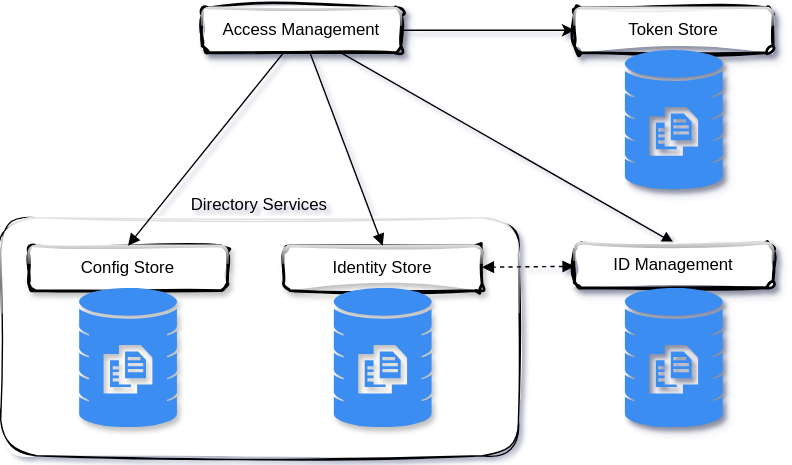
The draw.io diagram authentication-talk-slides/typical-iam-system.drawio.svg in falkosch/oauth-presentation, before a commit. Source tidied: cells renumbered, new cells last; positions are measured from the earlier drawing's top-left corner, leaving out a move shared by most shapes.
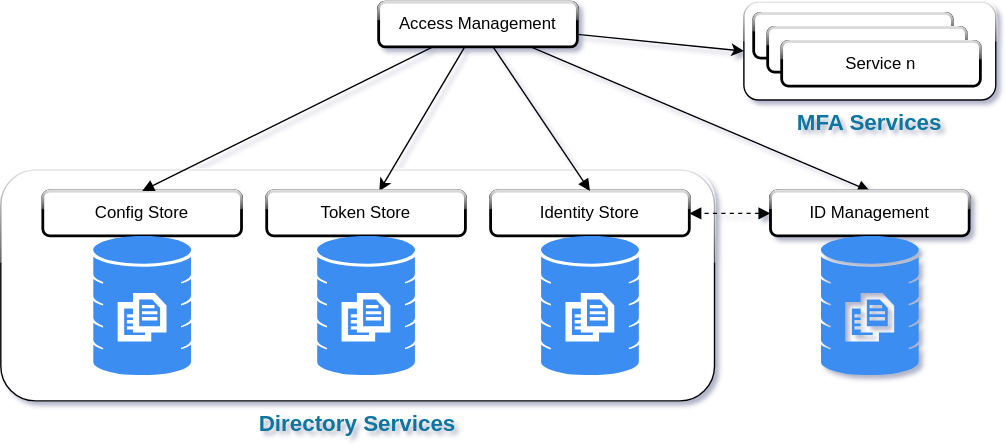
After the commit.

Diff of the diagram source:
```diff
@@ -2,50 +2,68 @@
   <root>
     <mxCell id="0" />
     <mxCell id="1" parent="0" />
+    <mxCell id="17" value="MFA Services" style="rounded=1;whiteSpace=wrap;html=1;glass=1;labelPosition=center;verticalLabelPosition=bottom;align=center;verticalAlign=top;shadow=0;fontSize=16;fontColor=#0B76A0;fontStyle=1;textShadow=0;" parent="1" vertex="1">
+      <mxGeometry x="561" y="340" width="180" height="70" as="geometry" />
+    </mxCell>
+    <mxCell id="6" value="Directory Services" style="rounded=1;whiteSpace=wrap;html=1;glass=1;labelPosition=center;verticalLabelPosition=bottom;align=center;verticalAlign=top;shadow=0;fontSize=16;fontColor=#0B76A0;fontStyle=1;textShadow=0;" parent="1" vertex="1">
+      <mxGeometry x="30" y="460" width="510" height="165" as="geometry" />
+    </mxCell>
-    <mxCell id="2" style="startArrow=none;endArrow=block;entryX=0.5;entryY=0;entryDx=0;entryDy=0;" parent="1" edge="1" source="4" target="5">
+    <mxCell id="2" style="startArrow=none;endArrow=block;entryX=0.5;entryY=0;entryDx=0;entryDy=0;shadow=0;textShadow=0;" parent="1" edge="1" source="4" target="5">
       <mxGeometry relative="1" as="geometry" />
     </mxCell>
-    <mxCell id="3" style="edgeStyle=orthogonalEdgeStyle;rounded=0;jettySize=auto;html=1;" parent="1" edge="1" source="4" target="12">
+    <mxCell id="3" style="rounded=0;jettySize=auto;html=1;shadow=0;textShadow=0;" parent="1" edge="1" source="4" target="12">
       <mxGeometry relative="1" as="geometry" />
     </mxCell>
+    <mxCell id="18" style="rounded=0;jettySize=auto;html=1;entryX=0;entryY=0.5;entryDx=0;entryDy=0;" parent="1" edge="1" source="4" target="17">
+      <mxGeometry relative="1" as="geometry" />
+    </mxCell>
-    <mxCell id="4" value="Access Management" style="whiteSpace=wrap;strokeWidth=2;glass=1;sketch=1;curveFitting=1;jiggle=2;rounded=1;shadow=1;" parent="1" vertex="1">
-      <mxGeometry x="144" width="142" height="32" as="geometry" />
+    <mxCell id="4" value="Access Management" style="whiteSpace=wrap;strokeWidth=2;glass=1;rounded=1;shadow=0;textShadow=0;" parent="1" vertex="1">
+      <mxGeometry x="300" y="340" width="142" height="32" as="geometry" />
     </mxCell>
-    <mxCell id="5" value="ID Management" style="whiteSpace=wrap;strokeWidth=2;glass=1;sketch=1;curveFitting=1;jiggle=2;rounded=1;shadow=1;" parent="1" vertex="1">
-      <mxGeometry x="410" y="168" width="142" height="32" as="geometry" />
+    <mxCell id="5" value="ID Management" style="whiteSpace=wrap;strokeWidth=2;glass=1;rounded=1;shadow=0;textShadow=0;" parent="1" vertex="1">
+      <mxGeometry x="580" y="475" width="142" height="32" as="geometry" />
     </mxCell>
-    <mxCell id="6" value="Directory Services" style="rounded=1;whiteSpace=wrap;html=1;glass=1;sketch=1;curveFitting=1;jiggle=2;labelPosition=center;verticalLabelPosition=top;align=center;verticalAlign=bottom;" parent="1" vertex="1">
-      <mxGeometry y="150" width="370" height="170" as="geometry" />
-    </mxCell>
-    <mxCell id="7" value="Identity Store" style="whiteSpace=wrap;strokeWidth=2;glass=1;sketch=1;curveFitting=1;jiggle=2;rounded=1;shadow=1;" parent="1" vertex="1">
-      <mxGeometry x="202" y="170" width="142" height="32" as="geometry" />
+    <mxCell id="7" value="Identity Store" style="whiteSpace=wrap;strokeWidth=2;glass=1;rounded=1;shadow=0;textShadow=0;" parent="1" vertex="1">
+      <mxGeometry x="380" y="475" width="142" height="32" as="geometry" />
     </mxCell>
-    <mxCell id="8" value="Config Store" style="whiteSpace=wrap;strokeWidth=2;glass=1;sketch=1;curveFitting=1;jiggle=2;rounded=1;shadow=1;" parent="1" vertex="1">
-      <mxGeometry x="20" y="170" width="142" height="32" as="geometry" />
+    <mxCell id="8" value="Config Store" style="whiteSpace=wrap;strokeWidth=2;glass=1;rounded=1;shadow=0;textShadow=0;" parent="1" vertex="1">
+      <mxGeometry x="60" y="475" width="142" height="32" as="geometry" />
     </mxCell>
-    <mxCell id="9" style="html=1;strokeColor=none;shadow=1;fillColor=#3B8DF1;verticalAlign=top;labelPosition=center;verticalLabelPosition=bottom;shape=mxgraph.gcp2.database_3;" parent="1" vertex="1">
-      <mxGeometry x="446" y="200" width="70" height="100" as="geometry" />
+    <mxCell id="9" style="html=1;strokeColor=none;shadow=0;fillColor=#3B8DF1;verticalAlign=top;labelPosition=center;verticalLabelPosition=bottom;shape=mxgraph.gcp2.database_3;textShadow=0;" parent="1" vertex="1">
+      <mxGeometry x="616" y="507" width="70" height="100" as="geometry" />
     </mxCell>
-    <mxCell id="10" style="sketch=0;html=1;strokeColor=none;shadow=1;fillColor=#3B8DF1;verticalAlign=top;labelPosition=center;verticalLabelPosition=bottom;shape=mxgraph.gcp2.database_3;" parent="1" vertex="1">
-      <mxGeometry x="56" y="200" width="70" height="100" as="geometry" />
+    <mxCell id="10" style="html=1;strokeColor=none;shadow=0;fillColor=#3B8DF1;verticalAlign=top;labelPosition=center;verticalLabelPosition=bottom;shape=mxgraph.gcp2.database_3;textShadow=0;" parent="1" vertex="1">
+      <mxGeometry x="96" y="507" width="70" height="100" as="geometry" />
     </mxCell>
-    <mxCell id="11" style="sketch=0;html=1;strokeColor=none;shadow=1;fillColor=#3B8DF1;verticalAlign=top;labelPosition=center;verticalLabelPosition=bottom;shape=mxgraph.gcp2.database_3;" parent="1" vertex="1">
-      <mxGeometry x="238" y="200" width="70" height="100" as="geometry" />
+    <mxCell id="11" style="html=1;strokeColor=none;shadow=0;fillColor=#3B8DF1;verticalAlign=top;labelPosition=center;verticalLabelPosition=bottom;shape=mxgraph.gcp2.database_3;textShadow=0;" parent="1" vertex="1">
+      <mxGeometry x="416" y="507" width="70" height="100" as="geometry" />
     </mxCell>
-    <mxCell id="12" value="Token Store" style="whiteSpace=wrap;strokeWidth=2;glass=1;sketch=1;curveFitting=1;jiggle=2;rounded=1;shadow=1;" parent="1" vertex="1">
-      <mxGeometry x="410" width="142" height="32" as="geometry" />
+    <mxCell id="12" value="Token Store" style="whiteSpace=wrap;strokeWidth=2;glass=1;rounded=1;shadow=0;textShadow=0;" parent="1" vertex="1">
+      <mxGeometry x="220" y="475" width="142" height="32" as="geometry" />
     </mxCell>
-    <mxCell id="13" style="sketch=0;html=1;strokeColor=none;shadow=1;fillColor=#3B8DF1;verticalAlign=top;labelPosition=center;verticalLabelPosition=bottom;shape=mxgraph.gcp2.database_3;" parent="1" vertex="1">
-      <mxGeometry x="446" y="30" width="70" height="100" as="geometry" />
+    <mxCell id="13" style="html=1;strokeColor=none;shadow=0;fillColor=#3B8DF1;verticalAlign=top;labelPosition=center;verticalLabelPosition=bottom;shape=mxgraph.gcp2.database_3;textShadow=0;" parent="1" vertex="1">
+      <mxGeometry x="256" y="507" width="70" height="100" as="geometry" />
     </mxCell>
-    <mxCell id="14" style="startArrow=none;endArrow=block;entryX=0.5;entryY=0;entryDx=0;entryDy=0;" parent="1" edge="1" source="4" target="8">
+    <mxCell id="14" style="startArrow=none;endArrow=block;entryX=0.5;entryY=0;entryDx=0;entryDy=0;shadow=0;textShadow=0;" parent="1" edge="1" source="4" target="8">
       <mxGeometry relative="1" as="geometry" />
     </mxCell>
-    <mxCell id="15" style="startArrow=none;endArrow=block;entryX=0.5;entryY=0;entryDx=0;entryDy=0;" parent="1" edge="1" source="4" target="7">
+    <mxCell id="15" style="startArrow=none;endArrow=block;entryX=0.5;entryY=0;entryDx=0;entryDy=0;shadow=0;textShadow=0;" parent="1" edge="1" source="4" target="7">
       <mxGeometry relative="1" as="geometry" />
     </mxCell>
-    <mxCell id="16" style="startArrow=block;endArrow=block;dashed=1;" parent="1" edge="1" source="5" target="7">
+    <mxCell id="16" style="startArrow=block;endArrow=block;dashed=1;shadow=0;entryX=1;entryY=0.5;entryDx=0;entryDy=0;exitX=0;exitY=0.5;exitDx=0;exitDy=0;textShadow=0;" parent="1" edge="1" source="5" target="7">
       <mxGeometry relative="1" as="geometry" />
     </mxCell>
+    <mxCell id="19" style="group;" parent="1" vertex="1">
+      <mxGeometry x="568" y="348" width="162" height="52" as="geometry" />
+    </mxCell>
+    <mxCell id="20" value="service 1" style="whiteSpace=wrap;strokeWidth=2;glass=1;rounded=1;shadow=0;textShadow=0;labelBorderColor=none;" parent="19" vertex="1">
+      <mxGeometry width="142" height="32" as="geometry" />
+    </mxCell>
+    <mxCell id="21" value="service ..." style="whiteSpace=wrap;strokeWidth=2;glass=1;rounded=1;shadow=0;textShadow=0;labelBorderColor=none;" parent="19" vertex="1">
+      <mxGeometry x="10" y="10" width="142" height="32" as="geometry" />
+    </mxCell>
+    <mxCell id="22" value="Service n" style="whiteSpace=wrap;strokeWidth=2;glass=1;rounded=1;shadow=0;textShadow=0;labelBorderColor=none;" parent="19" vertex="1">
+      <mxGeometry x="20" y="20" width="142" height="32" as="geometry" />
+    </mxCell>
   </root>
 </mxGraphModel>
```
